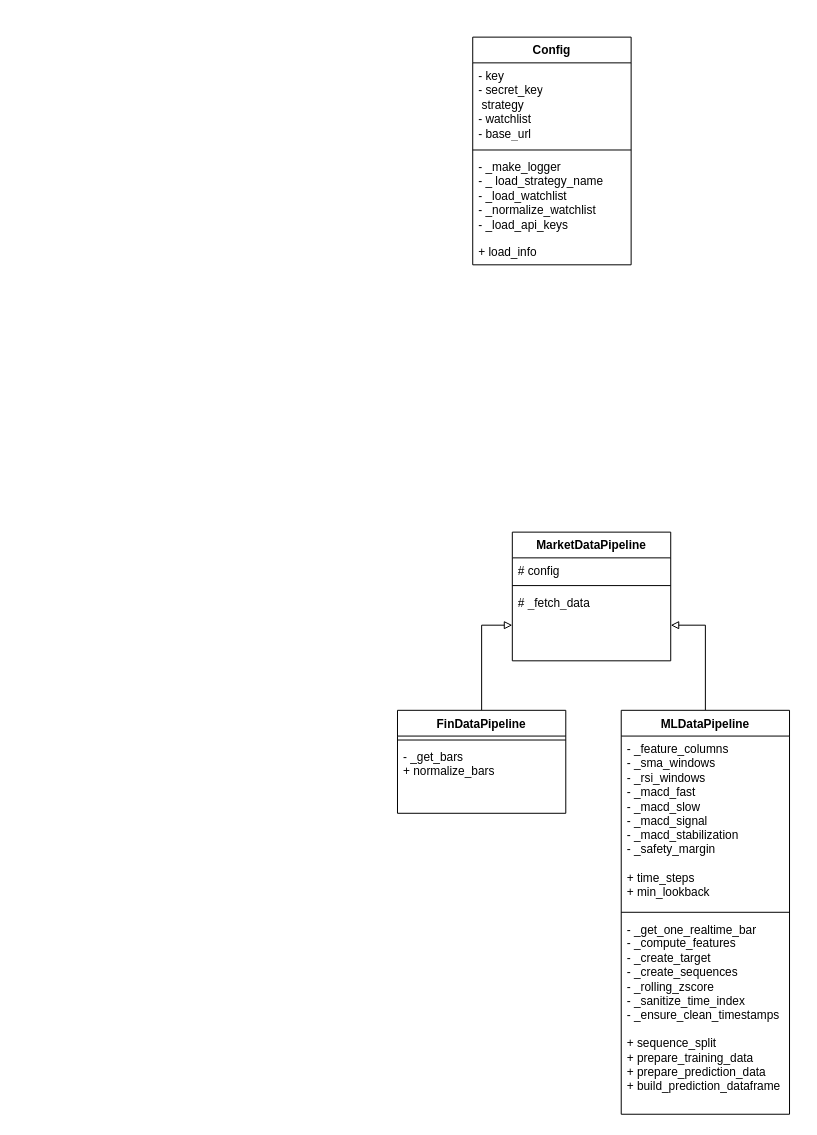
Before: figures/backend_design.drawio in MiladTootoonchi/Live-Trading-Platform, a draw.io diagram. Source tidied: cells renumbered, new cells numbered last; positions are measured from the earlier drawing's top-left corner, leaving out a move shared by most shapes. Both pictures are drawn from the tidied source at 99%, with x=0, y=0 at pixel (397, 37).
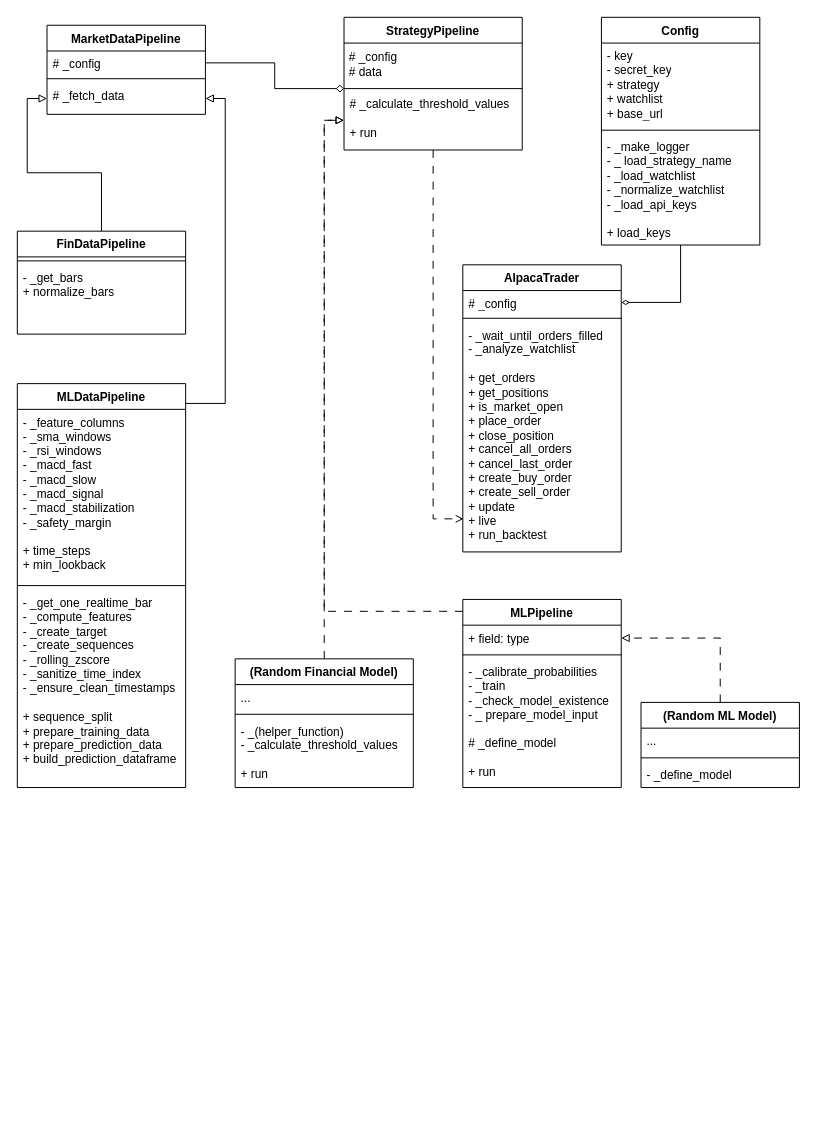
After the change.

Commit message:
completed new version of UML for OOP enhancement

Change to the diagram source:
```diff
@@
     <mxCell id="2" value="Market&lt;span style=&quot;background-color: transparent; color: light-dark(rgb(0, 0, 0), rgb(255, 255, 255));&quot;&gt;DataPipeline&lt;/span&gt;" style="swimlane;fontStyle=1;align=center;verticalAlign=top;horizontal=1;startSize=26;whiteSpace=wrap;html=1;" parent="1" vertex="1">
-      <mxGeometry x="116" y="500" width="160" height="130" as="geometry" />
+      <mxGeometry x="-354" y="-12" width="160" height="90" as="geometry" />
     </mxCell>
-    <mxCell id="3" value="&lt;div&gt;# config&lt;/div&gt;" style="text;strokeColor=none;fillColor=none;align=left;verticalAlign=top;spacingLeft=4;spacingRight=4;overflow=hidden;points=[[0,0.5],[1,0.5]];portConstraint=eastwest;whiteSpace=wrap;html=1;" parent="2" vertex="1">
+    <mxCell id="3" value="&lt;div&gt;# _config&lt;/div&gt;" style="text;strokeColor=none;fillColor=none;align=left;verticalAlign=top;spacingLeft=4;spacingRight=4;overflow=hidden;points=[[0,0.5],[1,0.5]];portConstraint=eastwest;whiteSpace=wrap;html=1;" parent="2" vertex="1">
       <mxGeometry y="26" width="160" height="24" as="geometry" />
     </mxCell>
@@
     <mxCell id="5" value="&lt;div&gt;&lt;span style=&quot;background-color: transparent; color: light-dark(rgb(0, 0, 0), rgb(255, 255, 255));&quot;&gt;# _fetch_data&lt;/span&gt;&lt;/div&gt;" style="text;strokeColor=none;fillColor=none;align=left;verticalAlign=top;spacingLeft=4;spacingRight=4;overflow=hidden;points=[[0,0.5],[1,0.5]];portConstraint=eastwest;whiteSpace=wrap;html=1;" parent="2" vertex="1">
-      <mxGeometry y="58" width="160" height="72" as="geometry" />
+      <mxGeometry y="58" width="160" height="32" as="geometry" />
     </mxCell>
+    <mxCell id="19" style="edgeStyle=orthogonalEdgeStyle;rounded=0;jettySize=auto;html=1;entryX=1;entryY=0.5;entryDx=0;entryDy=0;endArrow=diamondThin;endFill=0;" parent="1" edge="1" source="6" target="30">
+      <mxGeometry relative="1" as="geometry" />
+    </mxCell>
     <mxCell id="6" value="Config" style="swimlane;fontStyle=1;align=center;verticalAlign=top;horizontal=1;startSize=26;whiteSpace=wrap;html=1;" parent="1" vertex="1">
-      <mxGeometry x="76" width="160" height="230" as="geometry" />
+      <mxGeometry x="206" y="-20" width="160" height="230" as="geometry" />
     </mxCell>
-    <mxCell id="7" value="- key&lt;div&gt;- secret_key&lt;/div&gt;&lt;div&gt;&amp;nbsp;strategy&lt;/div&gt;&lt;div&gt;- watchlist&lt;/div&gt;&lt;div&gt;- base_url&lt;/div&gt;" style="text;strokeColor=none;fillColor=none;align=left;verticalAlign=top;spacingLeft=4;spacingRight=4;overflow=hidden;whiteSpace=wrap;html=1;" parent="6" vertex="1">
+    <mxCell id="7" value="- key&lt;div&gt;- secret_key&lt;/div&gt;&lt;div&gt;+ strategy&lt;/div&gt;&lt;div&gt;+ watchlist&lt;/div&gt;&lt;div&gt;+ base_url&lt;/div&gt;" style="text;strokeColor=none;fillColor=none;align=left;verticalAlign=top;spacingLeft=4;spacingRight=4;overflow=hidden;whiteSpace=wrap;html=1;" parent="6" vertex="1">
       <mxGeometry y="26" width="160" height="84" as="geometry" />
     </mxCell>
@@
-    <mxCell id="9" value="&lt;div&gt;- _make_logger&lt;/div&gt;&lt;div&gt;- _ load_strategy_name&lt;/div&gt;&lt;div&gt;- _load_watchlist&lt;/div&gt;&lt;div&gt;- _normalize_watchlist&lt;/div&gt;&lt;div&gt;- _load_api_keys&lt;/div&gt;&lt;div&gt;&lt;br&gt;&lt;/div&gt;&lt;div&gt;+ load_info&lt;/div&gt;" style="text;strokeColor=none;fillColor=none;align=left;verticalAlign=top;spacingLeft=4;spacingRight=4;overflow=hidden;whiteSpace=wrap;html=1;" parent="6" vertex="1">
+    <mxCell id="9" value="&lt;div&gt;- _make_logger&lt;/div&gt;&lt;div&gt;- _ load_strategy_name&lt;/div&gt;&lt;div&gt;- _load_watchlist&lt;/div&gt;&lt;div&gt;- _normalize_watchlist&lt;/div&gt;&lt;div&gt;- _load_api_keys&lt;/div&gt;&lt;div&gt;&lt;br&gt;&lt;/div&gt;&lt;div&gt;+ load_keys&lt;/div&gt;" style="text;strokeColor=none;fillColor=none;align=left;verticalAlign=top;spacingLeft=4;spacingRight=4;overflow=hidden;whiteSpace=wrap;html=1;" parent="6" vertex="1">
       <mxGeometry y="118" width="160" height="112" as="geometry" />
     </mxCell>
     <mxCell id="10" style="edgeStyle=orthogonalEdgeStyle;rounded=0;jettySize=auto;html=1;entryX=1;entryY=0.5;entryDx=0;entryDy=0;endArrow=block;endFill=0;" parent="1" edge="1" source="11" target="5">
-      <mxGeometry relative="1" as="geometry" />
+      <mxGeometry relative="1" as="geometry">
+        <Array as="points">
+          <mxPoint x="-174" y="370" />
+          <mxPoint x="-174" y="62" />
+        </Array>
+      </mxGeometry>
     </mxCell>
     <mxCell id="11" value="MLDataPipeline" style="swimlane;fontStyle=1;align=center;verticalAlign=top;horizontal=1;startSize=26;whiteSpace=wrap;html=1;" parent="1" vertex="1">
-      <mxGeometry x="226" y="680" width="170" height="408" as="geometry" />
+      <mxGeometry x="-384" y="350" width="170" height="408" as="geometry" />
     </mxCell>
@@
     <mxCell id="16" value="FinDataPipeline" style="swimlane;fontStyle=1;align=center;verticalAlign=top;horizontal=1;startSize=26;whiteSpace=wrap;html=1;" parent="1" vertex="1">
-      <mxGeometry y="680" width="170" height="104" as="geometry" />
+      <mxGeometry x="-384" y="196" width="170" height="104" as="geometry" />
     </mxCell>
@@
+    <mxCell id="20" value="StrategyPipeline" style="swimlane;fontStyle=1;align=center;verticalAlign=top;horizontal=1;startSize=26;whiteSpace=wrap;html=1;" parent="1" vertex="1">
+      <mxGeometry x="-54" y="-20" width="180" height="134" as="geometry" />
+    </mxCell>
+    <mxCell id="21" value="&amp;nbsp;# _config&lt;div&gt;&amp;nbsp;# data&lt;/div&gt;" style="text;html=1;whiteSpace=wrap;strokeColor=none;fillColor=none;align=left;verticalAlign=middle;rounded=0;" parent="20" vertex="1">
+      <mxGeometry y="26" width="180" height="44" as="geometry" />
+    </mxCell>
+    <mxCell id="22" value="&#10;" style="line;strokeWidth=1;fillColor=none;align=left;verticalAlign=middle;spacingTop=-1;spacingLeft=3;spacingRight=3;labelPosition=right;points=[];portConstraint=eastwest;strokeColor=inherit;" parent="20" vertex="1">
+      <mxGeometry y="70" width="180" height="4" as="geometry" />
+    </mxCell>
+    <mxCell id="23" value="&lt;div&gt;# _calculate_threshold_values&amp;nbsp;&lt;/div&gt;&lt;div&gt;&lt;br&gt;&lt;/div&gt;+ run" style="text;strokeColor=none;fillColor=none;align=left;verticalAlign=top;spacingLeft=4;spacingRight=4;overflow=hidden;points=[[0,0.5],[1,0.5]];portConstraint=eastwest;whiteSpace=wrap;html=1;" parent="20" vertex="1">
+      <mxGeometry y="74" width="180" height="60" as="geometry" />
+    </mxCell>
+    <mxCell id="24" style="edgeStyle=orthogonalEdgeStyle;rounded=0;jettySize=auto;html=1;entryX=0;entryY=0.5;entryDx=0;entryDy=0;dashed=1;dashPattern=8 8;endArrow=block;endFill=0;" parent="1" edge="1" source="25" target="23">
+      <mxGeometry relative="1" as="geometry">
+        <Array as="points">
+          <mxPoint x="-74" y="580" />
+          <mxPoint x="-74" y="84" />
+        </Array>
+      </mxGeometry>
+    </mxCell>
+    <mxCell id="25" value="ML&lt;span style=&quot;background-color: transparent; color: light-dark(rgb(0, 0, 0), rgb(255, 255, 255));&quot;&gt;Pipeline&lt;/span&gt;" style="swimlane;fontStyle=1;align=center;verticalAlign=top;horizontal=1;startSize=26;whiteSpace=wrap;html=1;" parent="1" vertex="1">
+      <mxGeometry x="66" y="568" width="160" height="190" as="geometry" />
+    </mxCell>
+    <mxCell id="26" value="+ field: type" style="text;strokeColor=none;fillColor=none;align=left;verticalAlign=top;spacingLeft=4;spacingRight=4;overflow=hidden;points=[[0,0.5],[1,0.5]];portConstraint=eastwest;whiteSpace=wrap;html=1;" parent="25" vertex="1">
+      <mxGeometry y="26" width="160" height="26" as="geometry" />
+    </mxCell>
+    <mxCell id="27" style="line;strokeWidth=1;fillColor=none;align=left;verticalAlign=middle;spacingTop=-1;spacingLeft=3;spacingRight=3;labelPosition=right;strokeColor=inherit;" parent="25" vertex="1">
+      <mxGeometry y="52" width="160" height="8" as="geometry" />
+    </mxCell>
+    <mxCell id="28" value="- _calibrate_probabilities&lt;div&gt;- _train&lt;/div&gt;&lt;div&gt;- _check_model_existence&lt;/div&gt;&lt;div&gt;- _ prepare_model_input&lt;/div&gt;&lt;div&gt;&lt;br&gt;&lt;/div&gt;&lt;div&gt;# _define_model&lt;/div&gt;&lt;div&gt;&lt;br&gt;&lt;/div&gt;&lt;div&gt;+ run&lt;/div&gt;" style="text;strokeColor=none;fillColor=none;align=left;verticalAlign=top;spacingLeft=4;spacingRight=4;overflow=hidden;whiteSpace=wrap;html=1;" parent="25" vertex="1">
+      <mxGeometry y="60" width="160" height="130" as="geometry" />
+    </mxCell>
+    <mxCell id="29" value="AlpacaTrader" style="swimlane;fontStyle=1;align=center;verticalAlign=top;horizontal=1;startSize=26;whiteSpace=wrap;html=1;" parent="1" vertex="1">
+      <mxGeometry x="66" y="230" width="160" height="290" as="geometry" />
+    </mxCell>
+    <mxCell id="30" value="# _config" style="text;strokeColor=none;fillColor=none;align=left;verticalAlign=top;spacingLeft=4;spacingRight=4;overflow=hidden;points=[[0,0.5],[1,0.5]];portConstraint=eastwest;whiteSpace=wrap;html=1;" parent="29" vertex="1">
+      <mxGeometry y="26" width="160" height="24" as="geometry" />
+    </mxCell>
+    <mxCell id="31" style="line;strokeWidth=1;fillColor=none;align=left;verticalAlign=middle;spacingTop=-1;spacingLeft=3;spacingRight=3;labelPosition=right;strokeColor=inherit;" parent="29" vertex="1">
+      <mxGeometry y="50" width="160" height="8" as="geometry" />
+    </mxCell>
+    <mxCell id="32" value="- _wait_until_orders_filled&lt;div&gt;- _analyze_watchlist&lt;/div&gt;&lt;div&gt;&lt;br&gt;&lt;/div&gt;&lt;div&gt;+ get_orders&lt;/div&gt;&lt;div&gt;+ get_positions&lt;/div&gt;&lt;div&gt;+ is_market_open&lt;/div&gt;&lt;div&gt;+ place_order&lt;/div&gt;&lt;div&gt;+ close_position&lt;/div&gt;&lt;div&gt;+ cancel_all_orders&lt;/div&gt;&lt;div&gt;+ cancel_last_order&lt;/div&gt;&lt;div&gt;+ create_buy_order&lt;/div&gt;&lt;div&gt;+ create_sell_order&lt;/div&gt;&lt;div&gt;+ update&lt;/div&gt;&lt;div&gt;+ live&lt;/div&gt;&lt;div&gt;+ run_backtest&lt;/div&gt;" style="text;strokeColor=none;fillColor=none;align=left;verticalAlign=top;spacingLeft=4;spacingRight=4;overflow=hidden;points=[[0,0.5],[1,0.5]];portConstraint=eastwest;whiteSpace=wrap;html=1;" parent="29" vertex="1">
+      <mxGeometry y="58" width="160" height="232" as="geometry" />
+    </mxCell>
+    <mxCell id="33" style="edgeStyle=orthogonalEdgeStyle;rounded=0;jettySize=auto;html=1;endArrow=diamond;endFill=0;" parent="1" edge="1" source="3" target="22">
+      <mxGeometry relative="1" as="geometry" />
+    </mxCell>
+    <mxCell id="34" style="edgeStyle=orthogonalEdgeStyle;rounded=0;jettySize=auto;html=1;entryX=0.005;entryY=0.856;entryDx=0;entryDy=0;entryPerimeter=0;endArrow=open;endFill=0;dashed=1;dashPattern=8 8;" parent="1" edge="1" source="20" target="32">
+      <mxGeometry relative="1" as="geometry">
+        <Array as="points">
+          <mxPoint x="36" y="487" />
+        </Array>
+      </mxGeometry>
+    </mxCell>
+    <mxCell id="35" style="edgeStyle=orthogonalEdgeStyle;rounded=0;jettySize=auto;html=1;entryX=1;entryY=0.5;entryDx=0;entryDy=0;endArrow=block;endFill=0;dashed=1;dashPattern=8 8;" parent="1" edge="1" source="36" target="26">
+      <mxGeometry relative="1" as="geometry" />
+    </mxCell>
+    <mxCell id="36" value="(Random ML Model)" style="swimlane;fontStyle=1;align=center;verticalAlign=top;horizontal=1;startSize=26;whiteSpace=wrap;html=1;" parent="1" vertex="1">
+      <mxGeometry x="246" y="672" width="160" height="86" as="geometry" />
+    </mxCell>
+    <mxCell id="37" value="&lt;div&gt;...&lt;/div&gt;" style="text;strokeColor=none;fillColor=none;align=left;verticalAlign=top;spacingLeft=4;spacingRight=4;overflow=hidden;whiteSpace=wrap;html=1;" parent="36" vertex="1">
+      <mxGeometry y="26" width="160" height="26" as="geometry" />
+    </mxCell>
+    <mxCell id="38" style="line;strokeWidth=1;fillColor=none;align=left;verticalAlign=middle;spacingTop=-1;spacingLeft=3;spacingRight=3;labelPosition=right;strokeColor=inherit;" parent="36" vertex="1">
+      <mxGeometry y="52" width="160" height="8" as="geometry" />
+    </mxCell>
+    <mxCell id="39" value="- _define_model" style="text;strokeColor=none;fillColor=none;align=left;verticalAlign=top;spacingLeft=4;spacingRight=4;overflow=hidden;whiteSpace=wrap;html=1;" parent="36" vertex="1">
+      <mxGeometry y="60" width="160" height="26" as="geometry" />
+    </mxCell>
+    <mxCell id="40" style="edgeStyle=orthogonalEdgeStyle;rounded=0;jettySize=auto;html=1;entryX=0;entryY=0.5;entryDx=0;entryDy=0;endArrow=block;endFill=0;dashed=1;dashPattern=8 8;" parent="1" edge="1" source="41" target="23">
+      <mxGeometry relative="1" as="geometry" />
+    </mxCell>
+    <mxCell id="41" value="(Random Financial Model)" style="swimlane;fontStyle=1;align=center;verticalAlign=top;horizontal=1;startSize=26;whiteSpace=wrap;html=1;" parent="1" vertex="1">
+      <mxGeometry x="-164" y="628" width="180" height="130" as="geometry" />
+    </mxCell>
+    <mxCell id="42" value="..." style="text;strokeColor=none;fillColor=none;align=left;verticalAlign=top;spacingLeft=4;spacingRight=4;overflow=hidden;whiteSpace=wrap;html=1;" parent="41" vertex="1">
+      <mxGeometry y="26" width="180" height="26" as="geometry" />
+    </mxCell>
+    <mxCell id="43" style="line;strokeWidth=1;fillColor=none;align=left;verticalAlign=middle;spacingTop=-1;spacingLeft=3;spacingRight=3;labelPosition=right;strokeColor=inherit;" parent="41" vertex="1">
+      <mxGeometry y="52" width="180" height="8" as="geometry" />
+    </mxCell>
+    <mxCell id="44" value="&lt;div&gt;- _(helper_function)&lt;/div&gt;- _calculate_threshold_values&lt;div&gt;&lt;br&gt;&lt;/div&gt;&lt;div&gt;+ run&lt;/div&gt;" style="text;strokeColor=none;fillColor=none;align=left;verticalAlign=top;spacingLeft=4;spacingRight=4;overflow=hidden;whiteSpace=wrap;html=1;" parent="41" vertex="1">
+      <mxGeometry y="60" width="180" height="70" as="geometry" />
+    </mxCell>
```
